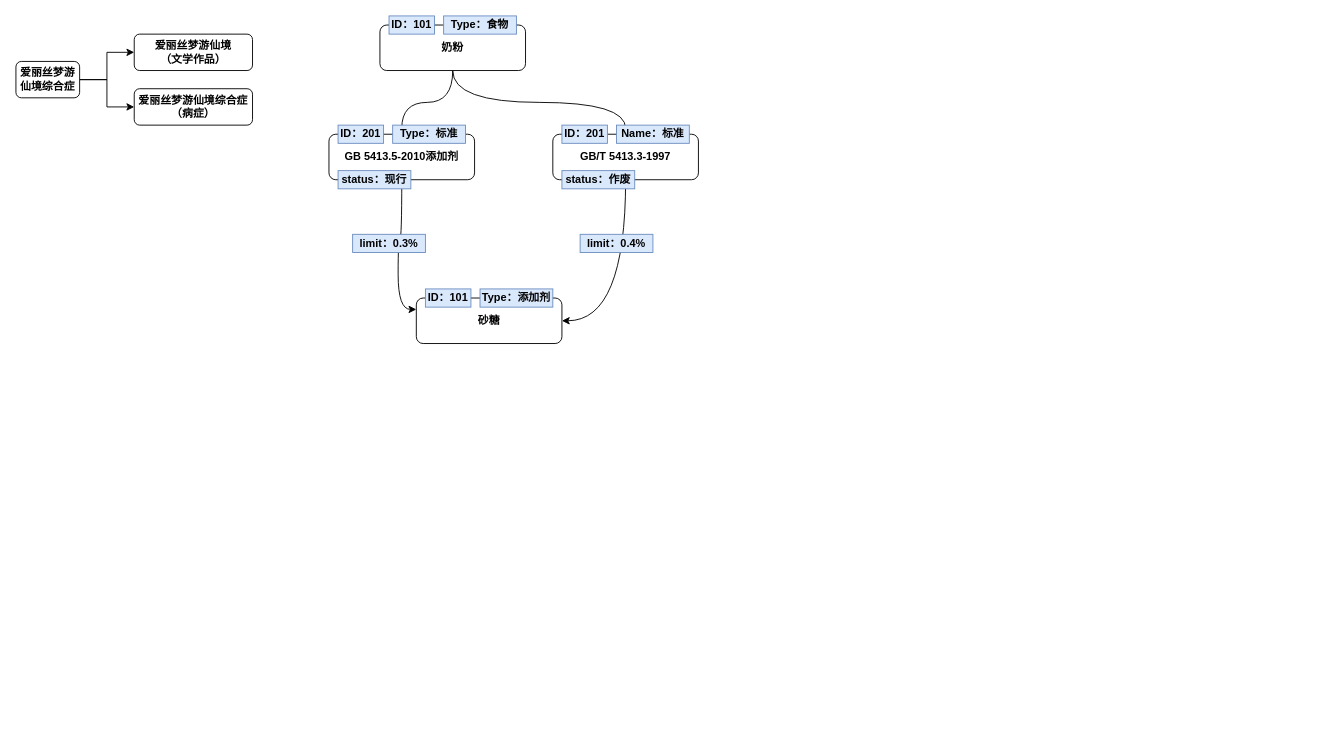
Earlier version of the draw.io diagram 图谱.drawio (leobgz/Draw). Source tidied: cells renumbered, new cells numbered last; positions are measured from the earlier drawing's top-left corner, leaving out a move shared by most shapes. Both pictures are drawn from the tidied source at 91%, with x=0, y=0 at pixel (15, 15).
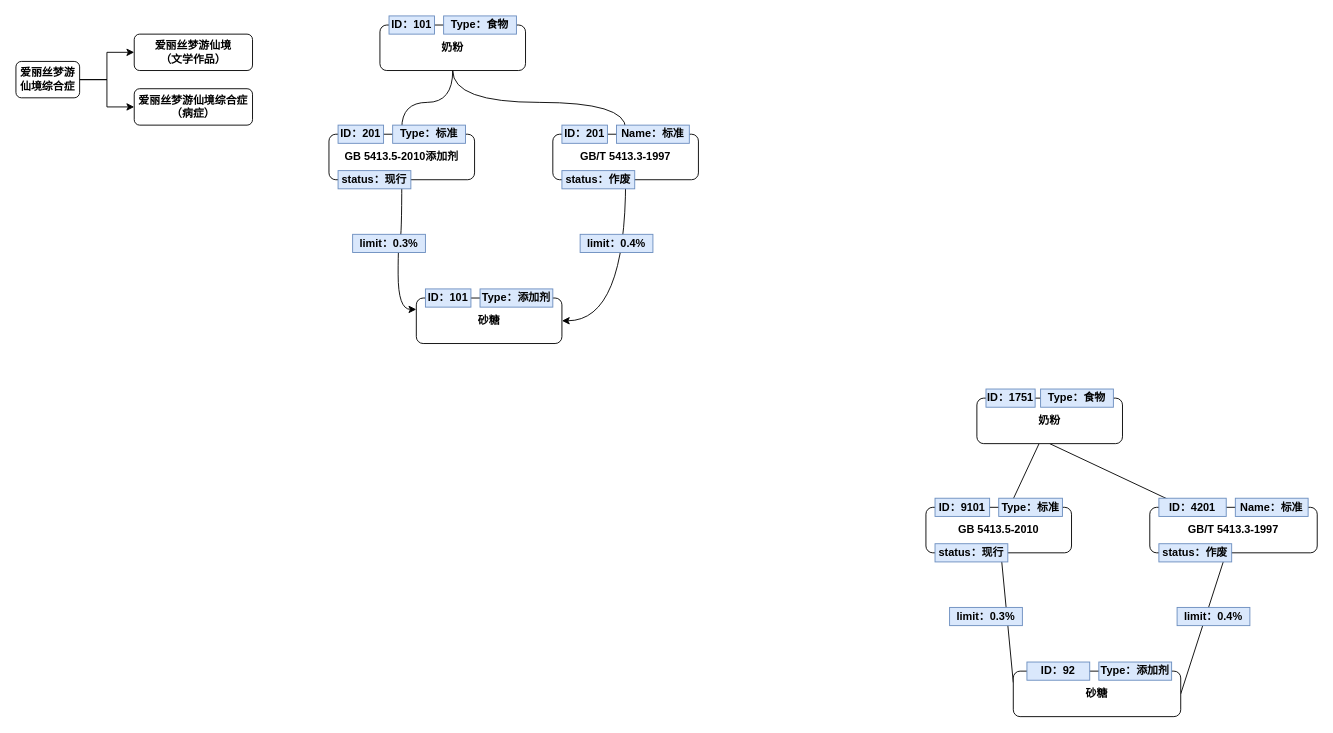
After the change.

Change to the diagram source:
```diff
@@
+    <mxCell id="27" style="rounded=0;jettySize=auto;html=1;" parent="1" edge="1" source="29" target="33">
+      <mxGeometry relative="1" as="geometry" />
+    </mxCell>
+    <mxCell id="28" style="rounded=0;jettySize=auto;html=1;exitX=0.5;exitY=1;exitDx=0;exitDy=0;" parent="1" edge="1" source="29" target="37">
+      <mxGeometry relative="1" as="geometry" />
+    </mxCell>
+    <mxCell id="29" value="奶粉" style="rounded=1;whiteSpace=wrap;html=1;fontStyle=1;" parent="1" vertex="1">
+      <mxGeometry x="1056" y="420" width="160" height="50" as="geometry" />
+    </mxCell>
+    <mxCell id="30" value="ID：1751" style="rounded=0;whiteSpace=wrap;html=1;fillColor=#dae8fc;strokeColor=#6c8ebf;fontStyle=1;" parent="1" vertex="1">
+      <mxGeometry x="1066" y="410" width="54" height="20" as="geometry" />
+    </mxCell>
+    <mxCell id="31" value="Type：食物" style="rounded=0;whiteSpace=wrap;html=1;fillColor=#dae8fc;strokeColor=#6c8ebf;fontStyle=1;" parent="1" vertex="1">
+      <mxGeometry x="1126" y="410" width="80" height="20" as="geometry" />
+    </mxCell>
+    <mxCell id="32" style="rounded=0;jettySize=auto;html=1;entryX=0;entryY=0.25;entryDx=0;entryDy=0;endArrow=none;endFill=0;" parent="1" edge="1" source="33" target="43">
+      <mxGeometry relative="1" as="geometry" />
+    </mxCell>
+    <mxCell id="33" value="GB 5413.5-2010" style="rounded=1;whiteSpace=wrap;html=1;fontStyle=1;" parent="1" vertex="1">
+      <mxGeometry x="1000" y="540" width="160" height="50" as="geometry" />
+    </mxCell>
+    <mxCell id="34" value="ID：9101" style="rounded=0;whiteSpace=wrap;html=1;fillColor=#dae8fc;strokeColor=#6c8ebf;fontStyle=1;" parent="1" vertex="1">
+      <mxGeometry x="1010" y="530" width="60" height="20" as="geometry" />
+    </mxCell>
+    <mxCell id="35" value="Type：标准" style="rounded=0;whiteSpace=wrap;html=1;fillColor=#dae8fc;strokeColor=#6c8ebf;fontStyle=1;" parent="1" vertex="1">
+      <mxGeometry x="1080" y="530" width="70" height="20" as="geometry" />
+    </mxCell>
+    <mxCell id="36" style="rounded=0;jettySize=auto;html=1;entryX=1;entryY=0.5;entryDx=0;entryDy=0;endArrow=none;endFill=0;" parent="1" edge="1" source="37" target="43">
+      <mxGeometry relative="1" as="geometry" />
+    </mxCell>
+    <mxCell id="37" value="GB/T 5413.3-1997" style="rounded=1;whiteSpace=wrap;html=1;fontStyle=1;" parent="1" vertex="1">
+      <mxGeometry x="1246" y="540" width="184" height="50" as="geometry" />
+    </mxCell>
+    <mxCell id="38" value="ID：4201" style="rounded=0;whiteSpace=wrap;html=1;fillColor=#dae8fc;strokeColor=#6c8ebf;fontStyle=1;" parent="1" vertex="1">
+      <mxGeometry x="1256" y="530" width="74" height="20" as="geometry" />
+    </mxCell>
+    <mxCell id="39" value="Name：标准" style="rounded=0;whiteSpace=wrap;html=1;fillColor=#dae8fc;strokeColor=#6c8ebf;fontStyle=1;" parent="1" vertex="1">
+      <mxGeometry x="1340" y="530" width="80" height="20" as="geometry" />
+    </mxCell>
+    <mxCell id="40" value="status：作废" style="rounded=0;whiteSpace=wrap;html=1;fillColor=#dae8fc;strokeColor=#6c8ebf;fontStyle=1;" parent="1" vertex="1">
+      <mxGeometry x="1256" y="580" width="80" height="20" as="geometry" />
+    </mxCell>
+    <mxCell id="41" value="status：现行" style="rounded=0;whiteSpace=wrap;html=1;fillColor=#dae8fc;strokeColor=#6c8ebf;fontStyle=1;" parent="1" vertex="1">
+      <mxGeometry x="1010" y="580" width="80" height="20" as="geometry" />
+    </mxCell>
+    <mxCell id="42" value="limit：0.4%" style="rounded=0;whiteSpace=wrap;html=1;fillColor=#dae8fc;strokeColor=#6c8ebf;fontStyle=1;" parent="1" vertex="1">
+      <mxGeometry x="1276" y="650" width="80" height="20" as="geometry" />
+    </mxCell>
+    <mxCell id="43" value="砂糖" style="rounded=1;whiteSpace=wrap;html=1;fontStyle=1;" parent="1" vertex="1">
+      <mxGeometry x="1096" y="720" width="184" height="50" as="geometry" />
+    </mxCell>
+    <mxCell id="44" value="ID：92" style="rounded=0;whiteSpace=wrap;html=1;fillColor=#dae8fc;strokeColor=#6c8ebf;fontStyle=1;" parent="1" vertex="1">
+      <mxGeometry x="1111" y="710" width="69" height="20" as="geometry" />
+    </mxCell>
+    <mxCell id="45" value="Type：添加剂" style="rounded=0;whiteSpace=wrap;html=1;fillColor=#dae8fc;strokeColor=#6c8ebf;fontStyle=1;" parent="1" vertex="1">
+      <mxGeometry x="1190" y="710" width="80" height="20" as="geometry" />
+    </mxCell>
+    <mxCell id="46" value="limit：0.3%" style="rounded=0;whiteSpace=wrap;html=1;fillColor=#dae8fc;strokeColor=#6c8ebf;fontStyle=1;" parent="1" vertex="1">
+      <mxGeometry x="1026" y="650" width="80" height="20" as="geometry" />
+    </mxCell>
```
